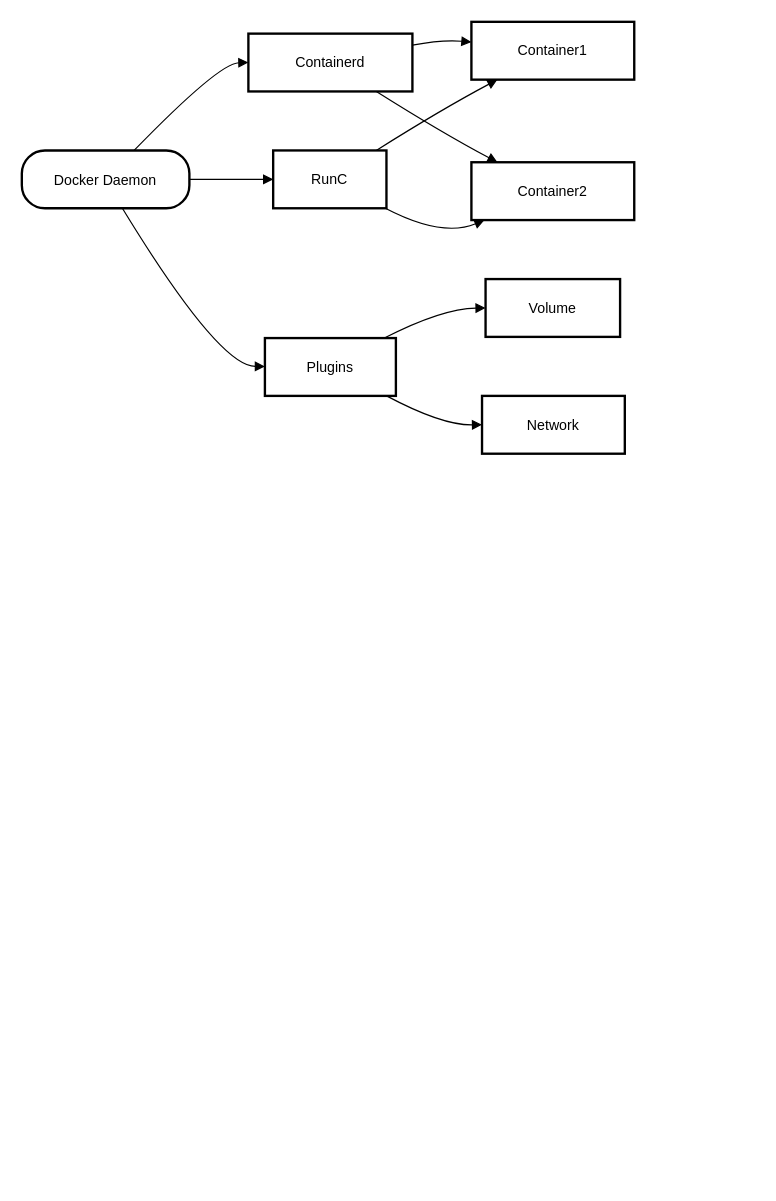
IvanJunior-code/draw.io keeps this draw.io diagram as docker.drawio. Above is the earlier version. Source tidied: cells renumbered, new cells numbered last; positions are measured from the earlier drawing's top-left corner, leaving out a move shared by most shapes. Both pictures are drawn from the tidied source at 118%, with x=0, y=0 at pixel (21, 21). Pictures stored in the file or linked from it are replaced by grey dashed boxes.
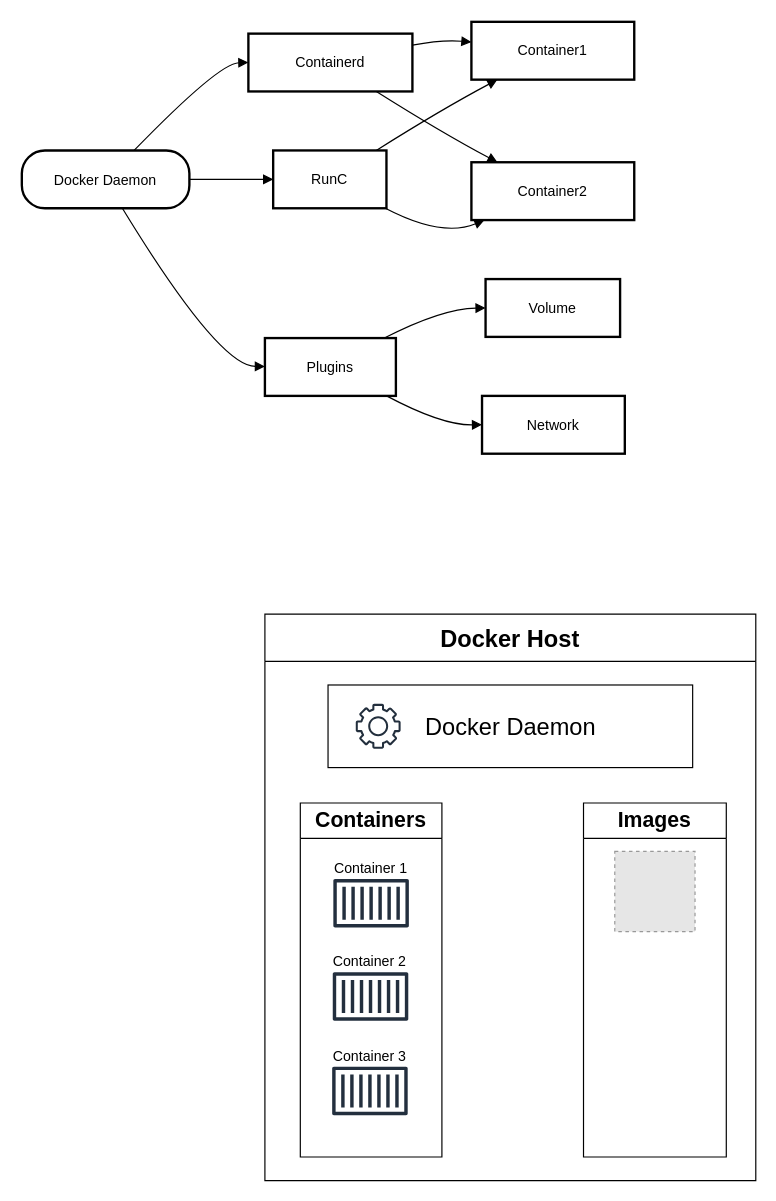
After the change.

What changed in the source:
```diff
@@
+    <mxCell id="19" value="&lt;font style=&quot;font-size: 20px;&quot;&gt;Docker Host&lt;/font&gt;" style="swimlane;whiteSpace=wrap;html=1;startSize=40;" parent="1" vertex="1">
+      <mxGeometry x="206" y="502" width="416" height="480" as="geometry" />
+    </mxCell>
+    <mxCell id="20" value="&lt;font style=&quot;font-size: 18px;&quot;&gt;Containers&lt;/font&gt;" style="swimlane;whiteSpace=wrap;html=1;startSize=30;" parent="19" vertex="1">
+      <mxGeometry x="30" y="160" width="120" height="300" as="geometry" />
+    </mxCell>
+    <mxCell id="21" style="sketch=0;fontColor=#232F3E;gradientColor=none;strokeColor=#232F3E;fillColor=#ffffff;dashed=0;verticalLabelPosition=bottom;verticalAlign=top;align=center;html=1;fontSize=12;fontStyle=0;shape=mxgraph.aws4.resourceIcon;resIcon=mxgraph.aws4.container_1;" parent="20" vertex="1">
+      <mxGeometry x="20" y="45" width="80" height="80" as="geometry" />
+    </mxCell>
+    <mxCell id="22" value="Container 1" style="text;html=1;align=center;verticalAlign=middle;whiteSpace=wrap;rounded=0;" parent="20" vertex="1">
+      <mxGeometry x="24.5" y="41" width="70" height="30" as="geometry" />
+    </mxCell>
+    <mxCell id="23" style="sketch=0;fontColor=#232F3E;gradientColor=none;strokeColor=#232F3E;fillColor=#ffffff;dashed=0;verticalLabelPosition=bottom;verticalAlign=top;align=center;html=1;fontSize=12;fontStyle=0;shape=mxgraph.aws4.resourceIcon;resIcon=mxgraph.aws4.container_1;" parent="20" vertex="1">
+      <mxGeometry x="19.5" y="124" width="80" height="80" as="geometry" />
+    </mxCell>
+    <mxCell id="24" value="Container 2" style="text;html=1;align=center;verticalAlign=middle;whiteSpace=wrap;rounded=0;" parent="20" vertex="1">
+      <mxGeometry x="24" y="120" width="70" height="30" as="geometry" />
+    </mxCell>
+    <mxCell id="25" style="sketch=0;fontColor=#232F3E;gradientColor=none;strokeColor=#232F3E;fillColor=#ffffff;dashed=0;verticalLabelPosition=bottom;verticalAlign=top;align=center;html=1;fontSize=12;fontStyle=0;shape=mxgraph.aws4.resourceIcon;resIcon=mxgraph.aws4.container_1;" parent="20" vertex="1">
+      <mxGeometry x="19" y="204" width="80" height="80" as="geometry" />
+    </mxCell>
+    <mxCell id="26" value="Container 3" style="text;html=1;align=center;verticalAlign=middle;whiteSpace=wrap;rounded=0;" parent="20" vertex="1">
+      <mxGeometry x="23.5" y="200" width="70" height="30" as="geometry" />
+    </mxCell>
+    <mxCell id="27" value="&lt;font style=&quot;font-size: 18px;&quot;&gt;Images&lt;/font&gt;" style="swimlane;whiteSpace=wrap;html=1;startSize=30;" parent="19" vertex="1">
+      <mxGeometry x="270" y="160" width="121" height="300" as="geometry" />
+    </mxCell>
+    <mxCell id="28" style="fillColor=#E6E6E6;strokeColor=#999999;dashed=1;html=1;verticalAlign=top;verticalLabelPosition=bottom;labelBackgroundColor=#ffffff;" parent="27" vertex="1">
+      <mxGeometry x="26.5" y="41" width="68" height="68" as="geometry" />
+    </mxCell>
+    <mxCell id="29" value="&lt;font style=&quot;font-size: 20px;&quot;&gt;Docker Daemon&lt;/font&gt;" style="html=1;whiteSpace=wrap;" parent="19" vertex="1">
+      <mxGeometry x="53.5" y="60" width="309" height="70" as="geometry" />
+    </mxCell>
+    <mxCell id="30" style="sketch=0;fontColor=#232F3E;gradientColor=none;fillColor=#232F3D;strokeColor=none;dashed=0;verticalLabelPosition=bottom;verticalAlign=top;align=center;html=1;fontSize=12;fontStyle=0;shape=mxgraph.aws4.gear;" parent="29" vertex="1">
+      <mxGeometry x="23.5" y="16" width="38" height="38" as="geometry" />
+    </mxCell>
```
